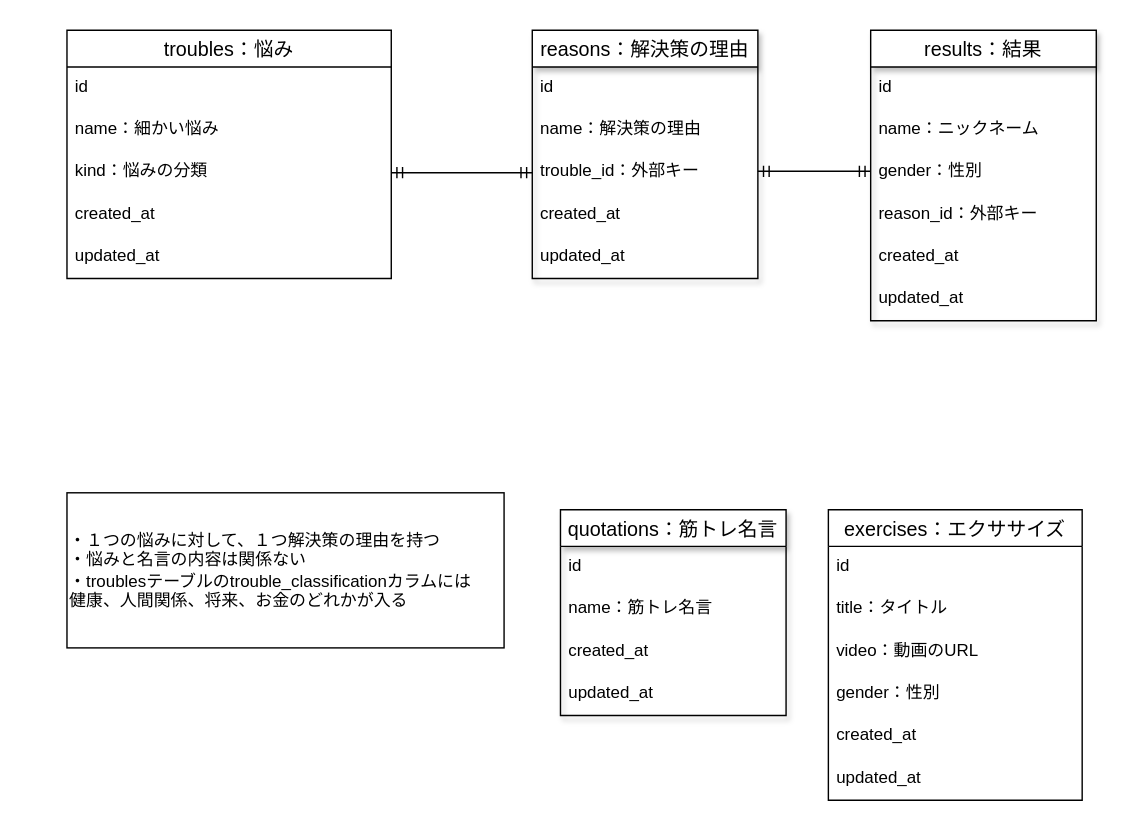
shogo-08020318/MUKINATOR keeps this draw.io diagram as ERD.dio. Above is the earlier version. Source tidied: cells renumbered, new cells numbered last; positions are measured from the earlier drawing's top-left corner, leaving out a move shared by most shapes. Both pictures are drawn from the tidied source at 141%, with x=0, y=0 at pixel (66, 30).
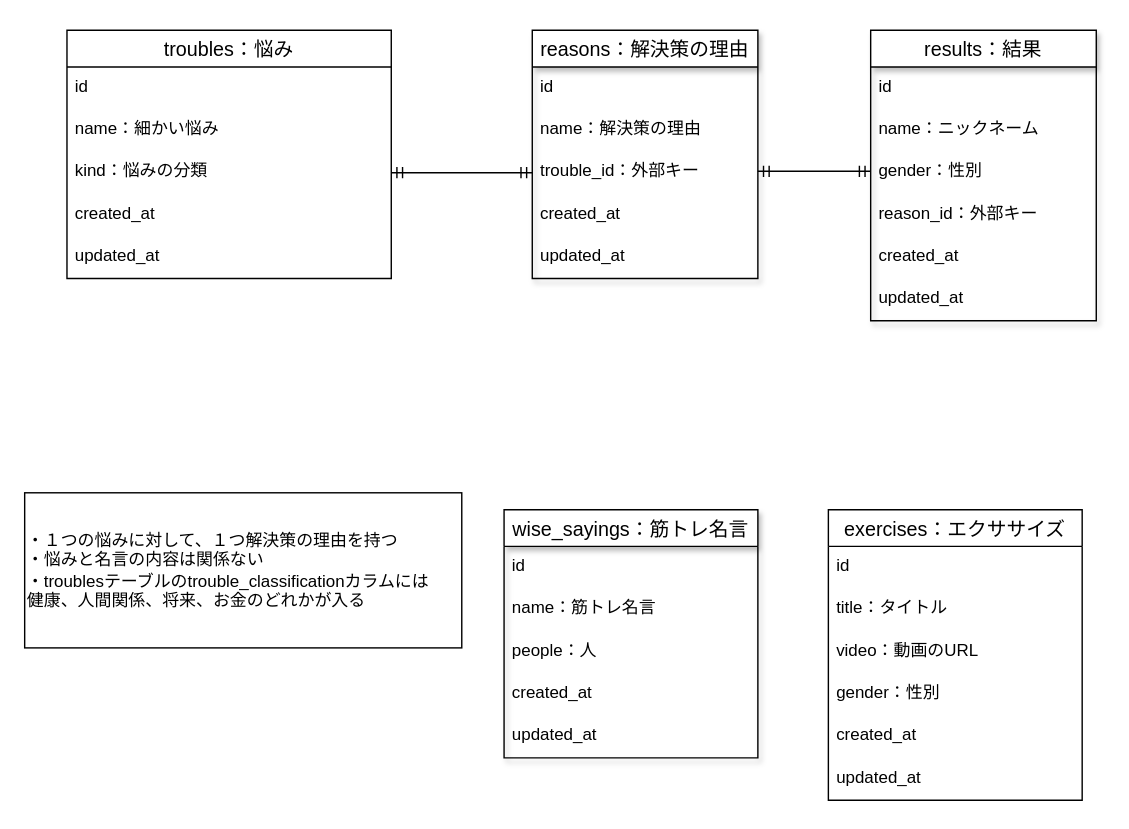
The same page after the edit.

Commit message (it also covers changes not shown here):
Add: wise_sayingsテーブル作成

The edit, as a diff of the source:
```diff
@@
-    <mxCell id="8" value="quotations：筋トレ名言" style="swimlane;fontStyle=0;horizontal=1;startSize=26;align=center;fontSize=14;shadow=1;" parent="1" vertex="1">
-      <mxGeometry x="350" y="340" width="160" height="146" as="geometry" />
+    <mxCell id="8" value="wise_sayings：筋トレ名言" style="swimlane;fontStyle=0;horizontal=1;startSize=26;align=center;fontSize=14;shadow=1;" parent="1" vertex="1">
+      <mxGeometry x="310" y="340" width="180" height="176" as="geometry" />
     </mxCell>
     <mxCell id="9" value="id" style="text;strokeColor=none;fillColor=none;spacingLeft=4;spacingRight=4;overflow=hidden;fontSize=12;" parent="8" vertex="1">
-      <mxGeometry y="26" width="160" height="30" as="geometry" />
+      <mxGeometry y="26" width="180" height="30" as="geometry" />
     </mxCell>
     <mxCell id="10" value="name：筋トレ名言" style="text;strokeColor=none;fillColor=none;spacingLeft=4;spacingRight=4;overflow=hidden;fontSize=12;" parent="8" vertex="1">
-      <mxGeometry y="56" width="160" height="30" as="geometry" />
+      <mxGeometry y="56" width="180" height="30" as="geometry" />
     </mxCell>
+    <mxCell id="36" value="people：人" style="text;strokeColor=none;fillColor=none;spacingLeft=4;spacingRight=4;overflow=hidden;fontSize=12;" parent="8" vertex="1">
+      <mxGeometry y="86" width="180" height="30" as="geometry" />
+    </mxCell>
     <mxCell id="11" value="created_at" style="text;strokeColor=none;fillColor=none;spacingLeft=4;spacingRight=4;overflow=hidden;fontSize=12;" parent="8" vertex="1">
-      <mxGeometry y="86" width="160" height="30" as="geometry" />
+      <mxGeometry y="116" width="180" height="30" as="geometry" />
     </mxCell>
     <mxCell id="12" value="updated_at" style="text;strokeColor=none;fillColor=none;spacingLeft=4;spacingRight=4;overflow=hidden;fontSize=12;" parent="8" vertex="1">
-      <mxGeometry y="116" width="160" height="30" as="geometry" />
+      <mxGeometry y="146" width="180" height="30" as="geometry" />
     </mxCell>
@@
     <mxCell id="20" value="・１つの悩みに対して、１つ解決策の理由を持つ&lt;br&gt;・悩みと名言の内容は関係ない&lt;br&gt;・troublesテーブルのtrouble_classificationカラムには&lt;br&gt;健康、人間関係、将来、お金のどれかが入る" style="rounded=0;whiteSpace=wrap;html=1;align=left;" parent="1" vertex="1">
-      <mxGeometry y="328" width="310" height="110" as="geometry" />
+      <mxGeometry x="-30" y="328" width="310" height="110" as="geometry" />
     </mxCell>
```
